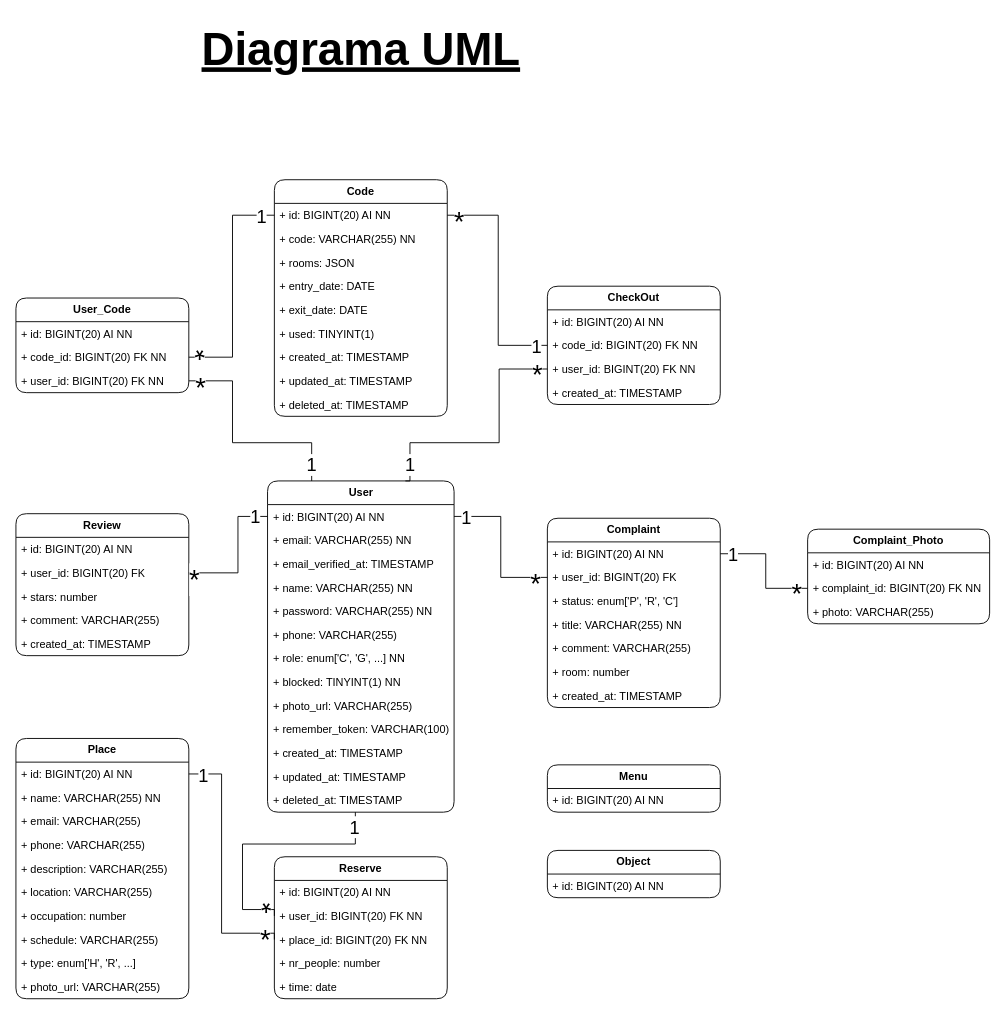
Above: page "Diagrama UML" (1 of 2) of HappyGuest.drawio in Happy-Guest/HG-Notes (draw.io), before the change. Source tidied: cells renumbered, new cells numbered last; positions are measured from the earlier drawing's top-left corner, leaving out a move shared by most shapes. Both pictures are drawn from the tidied source at 91%, with x=0, y=0 at pixel (15, 15).
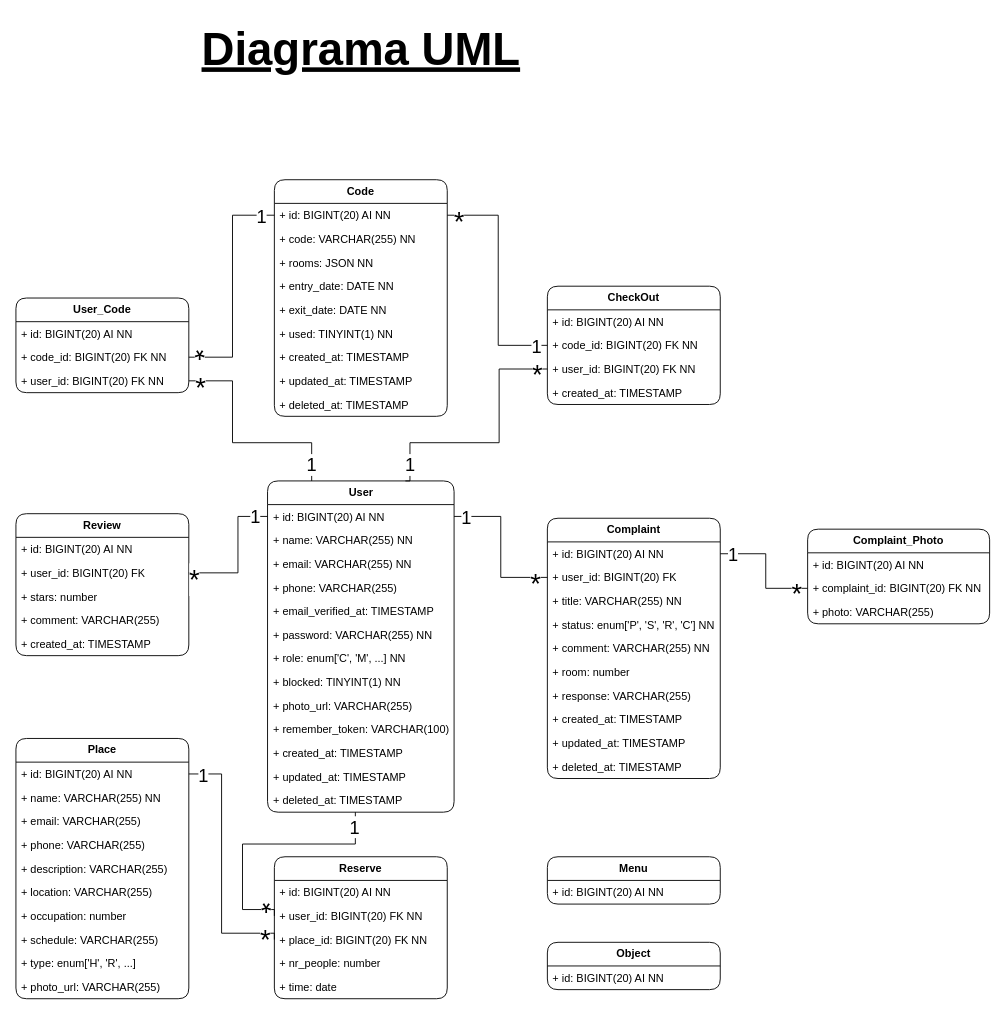
Above is the later version.

The change refers to these unchanged cells:
```xml
<mxCell id="2" value="&lt;b&gt;User&lt;/b&gt;" style="swimlane;fontStyle=0;horizontal=1;startSize=26;fillColor=none;whiteSpace=wrap;html=1;perimeterSpacing=0;rounded=1;" parent="1" vertex="1">
  <mxGeometry x="276.5" y="511" width="205" height="364" as="geometry" />
</mxCell>
<mxCell id="17" value="&lt;b&gt;Code&lt;/b&gt;" style="swimlane;fontStyle=0;horizontal=1;startSize=26;fillColor=none;whiteSpace=wrap;html=1;perimeterSpacing=0;rounded=1;" parent="1" vertex="1">
  <mxGeometry x="284" y="180" width="190" height="260" as="geometry" />
</mxCell>
```

What changed in the source:
```diff
@@
+    <mxCell id="6" value="+ name: VARCHAR(255) NN" style="text;strokeColor=none;fillColor=none;align=left;verticalAlign=top;spacingLeft=4;spacingRight=4;overflow=hidden;whiteSpace=wrap;html=1;" parent="2" vertex="1">
+      <mxGeometry y="52" width="205" height="26" as="geometry" />
+    </mxCell>
     <mxCell id="4" value="+ email: VARCHAR(255) NN" style="text;strokeColor=none;fillColor=none;align=left;verticalAlign=top;spacingLeft=4;spacingRight=4;overflow=hidden;whiteSpace=wrap;html=1;" parent="2" vertex="1">
-      <mxGeometry y="52" width="205" height="26" as="geometry" />
+      <mxGeometry y="78" width="205" height="26" as="geometry" />
     </mxCell>
+    <mxCell id="8" value="+ phone: VARCHAR(255)" style="text;strokeColor=none;fillColor=none;align=left;verticalAlign=top;spacingLeft=4;spacingRight=4;overflow=hidden;whiteSpace=wrap;html=1;" parent="2" vertex="1">
+      <mxGeometry y="104" width="205" height="26" as="geometry" />
+    </mxCell>
     <mxCell id="5" value="+ email_verified_at: TIMESTAMP" style="text;strokeColor=none;fillColor=none;align=left;verticalAlign=top;spacingLeft=4;spacingRight=4;overflow=hidden;whiteSpace=wrap;html=1;" parent="2" vertex="1">
-      <mxGeometry y="78" width="205" height="26" as="geometry" />
+      <mxGeometry y="130" width="205" height="26" as="geometry" />
     </mxCell>
-    <mxCell id="6" value="+ name: VARCHAR(255) NN" style="text;strokeColor=none;fillColor=none;align=left;verticalAlign=top;spacingLeft=4;spacingRight=4;overflow=hidden;whiteSpace=wrap;html=1;" parent="2" vertex="1">
-      <mxGeometry y="104" width="205" height="26" as="geometry" />
-    </mxCell>
     <mxCell id="7" value="+ password: VARCHAR(255) NN" style="text;strokeColor=none;fillColor=none;align=left;verticalAlign=top;spacingLeft=4;spacingRight=4;overflow=hidden;whiteSpace=wrap;html=1;" parent="2" vertex="1">
-      <mxGeometry y="130" width="205" height="26" as="geometry" />
+      <mxGeometry y="156" width="205" height="26" as="geometry" />
     </mxCell>
-    <mxCell id="8" value="+ phone: VARCHAR(255)" style="text;strokeColor=none;fillColor=none;align=left;verticalAlign=top;spacingLeft=4;spacingRight=4;overflow=hidden;whiteSpace=wrap;html=1;" parent="2" vertex="1">
-      <mxGeometry y="156" width="205" height="26" as="geometry" />
-    </mxCell>
-    <mxCell id="9" value="+ role: enum['C', 'G', ...] NN" style="text;strokeColor=none;fillColor=none;align=left;verticalAlign=top;spacingLeft=4;spacingRight=4;overflow=hidden;whiteSpace=wrap;html=1;" parent="2" vertex="1">
+    <mxCell id="9" value="+ role: enum['C', 'M', ...] NN" style="text;strokeColor=none;fillColor=none;align=left;verticalAlign=top;spacingLeft=4;spacingRight=4;overflow=hidden;whiteSpace=wrap;html=1;" parent="2" vertex="1">
       <mxGeometry y="182" width="205" height="26" as="geometry" />
     </mxCell>
@@
-    <mxCell id="20" value="+ rooms: JSON" style="text;strokeColor=none;fillColor=none;align=left;verticalAlign=top;spacingLeft=4;spacingRight=4;overflow=hidden;whiteSpace=wrap;html=1;" parent="17" vertex="1">
+    <mxCell id="20" value="+ rooms: JSON NN" style="text;strokeColor=none;fillColor=none;align=left;verticalAlign=top;spacingLeft=4;spacingRight=4;overflow=hidden;whiteSpace=wrap;html=1;" parent="17" vertex="1">
       <mxGeometry y="78" width="190" height="26" as="geometry" />
     </mxCell>
-    <mxCell id="21" value="+ entry_date: DATE" style="text;strokeColor=none;fillColor=none;align=left;verticalAlign=top;spacingLeft=4;spacingRight=4;overflow=hidden;whiteSpace=wrap;html=1;" parent="17" vertex="1">
+    <mxCell id="21" value="+ entry_date: DATE NN" style="text;strokeColor=none;fillColor=none;align=left;verticalAlign=top;spacingLeft=4;spacingRight=4;overflow=hidden;whiteSpace=wrap;html=1;" parent="17" vertex="1">
       <mxGeometry y="104" width="190" height="26" as="geometry" />
     </mxCell>
-    <mxCell id="22" value="+ exit_date: DATE" style="text;strokeColor=none;fillColor=none;align=left;verticalAlign=top;spacingLeft=4;spacingRight=4;overflow=hidden;whiteSpace=wrap;html=1;" parent="17" vertex="1">
+    <mxCell id="22" value="+ exit_date: DATE NN" style="text;strokeColor=none;fillColor=none;align=left;verticalAlign=top;spacingLeft=4;spacingRight=4;overflow=hidden;whiteSpace=wrap;html=1;" parent="17" vertex="1">
       <mxGeometry y="130" width="190" height="26" as="geometry" />
     </mxCell>
-    <mxCell id="23" value="+ used: TINYINT(1)" style="text;strokeColor=none;fillColor=none;align=left;verticalAlign=top;spacingLeft=4;spacingRight=4;overflow=hidden;whiteSpace=wrap;html=1;" parent="17" vertex="1">
+    <mxCell id="23" value="+ used: TINYINT(1) NN" style="text;strokeColor=none;fillColor=none;align=left;verticalAlign=top;spacingLeft=4;spacingRight=4;overflow=hidden;whiteSpace=wrap;html=1;" parent="17" vertex="1">
       <mxGeometry y="156" width="190" height="26" as="geometry" />
     </mxCell>
@@
     <mxCell id="27" value="&lt;b&gt;Complaint&lt;/b&gt;" style="swimlane;fontStyle=0;horizontal=1;startSize=26;fillColor=none;whiteSpace=wrap;html=1;perimeterSpacing=0;rounded=1;" parent="1" vertex="1">
-      <mxGeometry x="584" y="552" width="190" height="208" as="geometry" />
+      <mxGeometry x="584" y="552" width="190" height="286" as="geometry" />
     </mxCell>
@@
+    <mxCell id="31" value="+ title: VARCHAR(255) NN" style="text;strokeColor=none;fillColor=none;align=left;verticalAlign=top;spacingLeft=4;spacingRight=4;overflow=hidden;whiteSpace=wrap;html=1;" parent="27" vertex="1">
+      <mxGeometry y="78" width="190" height="26" as="geometry" />
+    </mxCell>
-    <mxCell id="30" value="+ status: enum['P', 'R', 'C']" style="text;strokeColor=none;fillColor=none;align=left;verticalAlign=top;spacingLeft=4;spacingRight=4;overflow=hidden;whiteSpace=wrap;html=1;" parent="27" vertex="1">
-      <mxGeometry y="78" width="190" height="26" as="geometry" />
+    <mxCell id="30" value="+ status: enum['P', 'S', 'R', 'C'] NN" style="text;strokeColor=none;fillColor=none;align=left;verticalAlign=top;spacingLeft=4;spacingRight=4;overflow=hidden;whiteSpace=wrap;html=1;" parent="27" vertex="1">
+      <mxGeometry y="104" width="190" height="26" as="geometry" />
     </mxCell>
-    <mxCell id="31" value="+ title: VARCHAR(255) NN" style="text;strokeColor=none;fillColor=none;align=left;verticalAlign=top;spacingLeft=4;spacingRight=4;overflow=hidden;whiteSpace=wrap;html=1;" parent="27" vertex="1">
-      <mxGeometry y="104" width="190" height="26" as="geometry" />
-    </mxCell>
-    <mxCell id="32" value="+ comment: VARCHAR(255)" style="text;strokeColor=none;fillColor=none;align=left;verticalAlign=top;spacingLeft=4;spacingRight=4;overflow=hidden;whiteSpace=wrap;html=1;" parent="27" vertex="1">
+    <mxCell id="32" value="+ comment: VARCHAR(255) NN" style="text;strokeColor=none;fillColor=none;align=left;verticalAlign=top;spacingLeft=4;spacingRight=4;overflow=hidden;whiteSpace=wrap;html=1;" parent="27" vertex="1">
       <mxGeometry y="130" width="190" height="26" as="geometry" />
     </mxCell>
@@
+    <mxCell id="102" value="+ response: VARCHAR(255)" style="text;strokeColor=none;fillColor=none;align=left;verticalAlign=top;spacingLeft=4;spacingRight=4;overflow=hidden;whiteSpace=wrap;html=1;" parent="27" vertex="1">
+      <mxGeometry y="182" width="190" height="26" as="geometry" />
+    </mxCell>
     <mxCell id="34" value="+ created_at: TIMESTAMP" style="text;strokeColor=none;fillColor=none;align=left;verticalAlign=top;spacingLeft=4;spacingRight=4;overflow=hidden;whiteSpace=wrap;html=1;" parent="27" vertex="1">
-      <mxGeometry y="182" width="190" height="26" as="geometry" />
+      <mxGeometry y="208" width="190" height="26" as="geometry" />
     </mxCell>
+    <mxCell id="103" value="+ updated_at: TIMESTAMP" style="text;strokeColor=none;fillColor=none;align=left;verticalAlign=top;spacingLeft=4;spacingRight=4;overflow=hidden;whiteSpace=wrap;html=1;" parent="27" vertex="1">
+      <mxGeometry y="234" width="190" height="26" as="geometry" />
+    </mxCell>
+    <mxCell id="104" value="+ deleted_at: TIMESTAMP" style="text;strokeColor=none;fillColor=none;align=left;verticalAlign=top;spacingLeft=4;spacingRight=4;overflow=hidden;whiteSpace=wrap;html=1;" parent="27" vertex="1">
+      <mxGeometry y="260" width="190" height="26" as="geometry" />
+    </mxCell>
@@
     <mxCell id="76" value="&lt;b&gt;Menu&lt;/b&gt;" style="swimlane;fontStyle=0;horizontal=1;startSize=26;fillColor=none;whiteSpace=wrap;html=1;perimeterSpacing=0;rounded=1;" parent="1" vertex="1">
-      <mxGeometry x="584" y="823" width="190" height="52" as="geometry" />
+      <mxGeometry x="584" y="924" width="190" height="52" as="geometry" />
     </mxCell>
@@
     <mxCell id="78" value="&lt;b&gt;Object&lt;/b&gt;" style="swimlane;fontStyle=0;horizontal=1;startSize=26;fillColor=none;whiteSpace=wrap;html=1;perimeterSpacing=0;rounded=1;" parent="1" vertex="1">
-      <mxGeometry x="584" y="917" width="190" height="52" as="geometry" />
+      <mxGeometry x="584" y="1018" width="190" height="52" as="geometry" />
     </mxCell>
```
